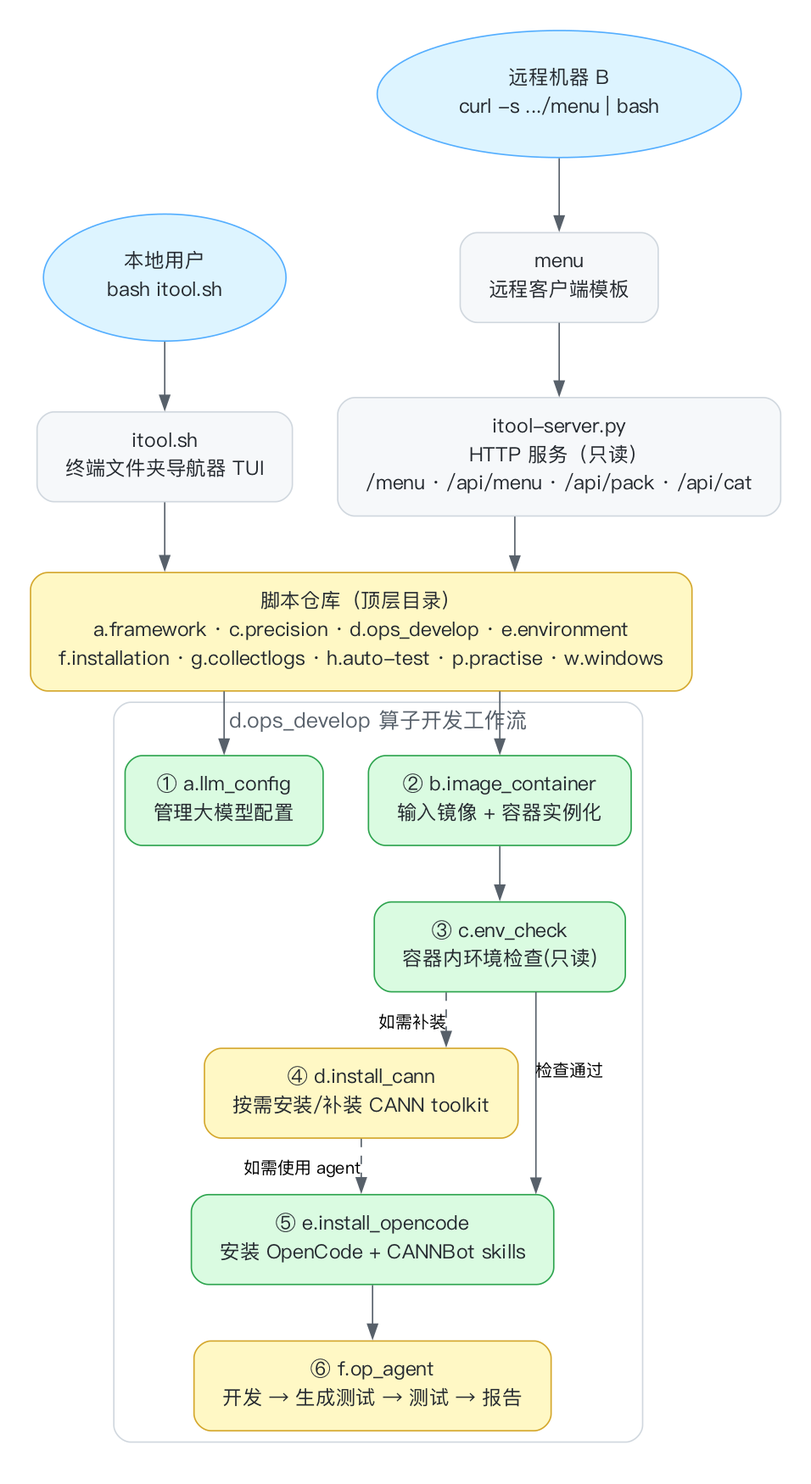
This is docs/itool-flow.png from qqiushizi/itool, a Graphviz export, as it was before one commit. Its source is kept beside it as docs/itool-flow.dot.
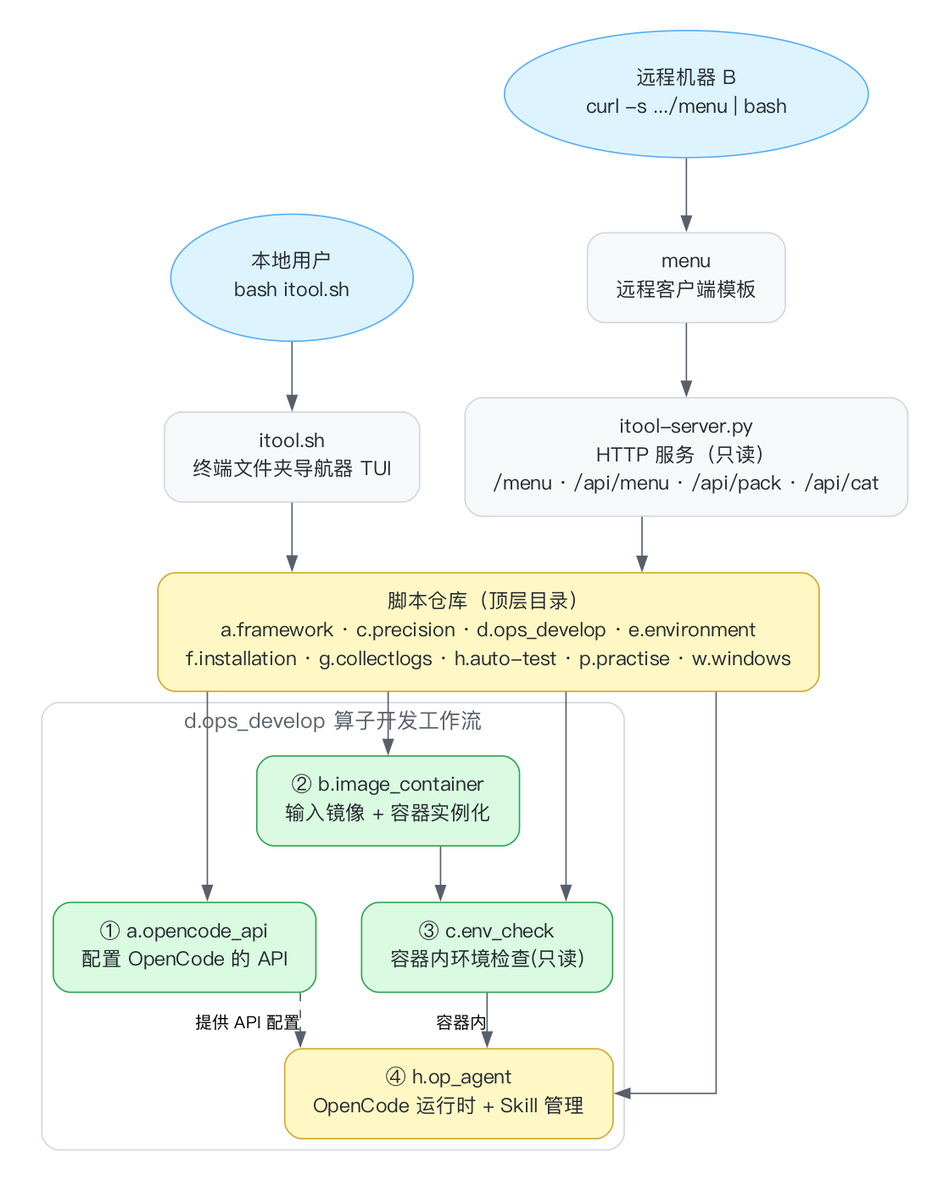
Later version of the same file.

Diff of the diagram source:
```diff
@@ -41,12 +41,10 @@
     fontcolor="#57606a";
     fontsize=15;
 
-    S0 [label="① a.llm_config\n管理大模型配置", fillcolor="#dafbe1", color="#2da44e"];
+    S0 [label="① a.opencode_api\n配置 OpenCode 的 API", fillcolor="#dafbe1", color="#2da44e"];
     S1 [label="② b.image_container\n输入镜像 + 容器实例化", fillcolor="#dafbe1", color="#2da44e"];
     S2 [label="③ c.env_check\n容器内环境检查(只读)", fillcolor="#dafbe1", color="#2da44e"];
-    S3 [label="④ d.install_cann\n按需安装/补装 CANN toolkit", fillcolor="#fff8c5", color="#d4a72c"];
-    S4 [label="⑤ e.install_opencode\n安装 OpenCode + CANNBot skills", fillcolor="#dafbe1", color="#2da44e"];
-    S5 [label="⑥ f.op_agent\n开发 → 生成测试 → 测试 → 报告", fillcolor="#fff8c5", color="#d4a72c"];
+    S3 [label="④ h.op_agent\nOpenCode 运行时 + Skill 管理", fillcolor="#fff8c5", color="#d4a72c"];
   }
 
   L -> T;
@@ -55,9 +53,9 @@
   S -> REPO;
   REPO -> S0;
   REPO -> S1;
+  REPO -> S2;
+  REPO -> S3;
   S1 -> S2;
-  S2 -> S3 [style=dashed, xlabel="如需补装"];
-  S3 -> S4 [style=dashed, xlabel="如需使用 agent"];
-  S2 -> S4 [xlabel="检查通过"];
-  S4 -> S5;
+  S2 -> S3 [xlabel="容器内"];
+  S0 -> S3 [style=dashed, xlabel="提供 API 配置"];
 }
```
